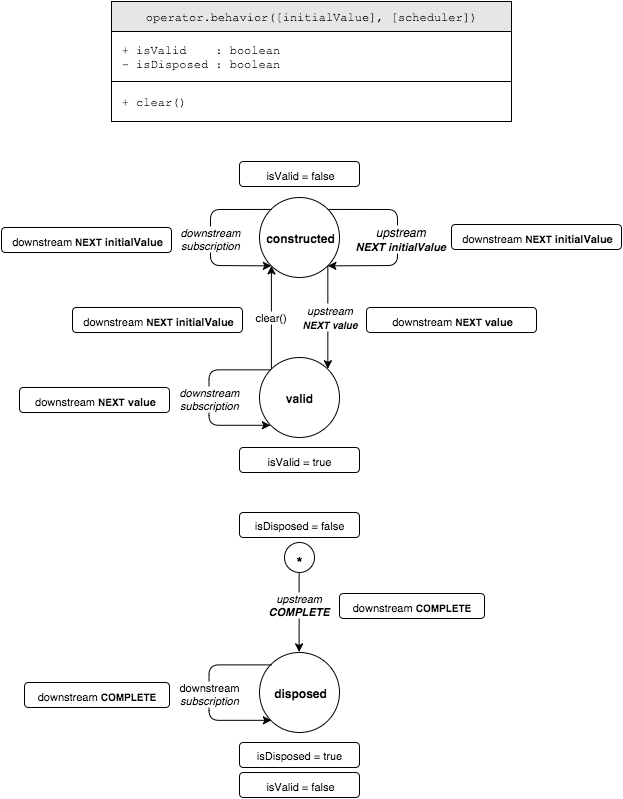
The draw.io diagram operator/behavior.png in bholloway/rxjs-operators, before a commit. Source tidied: cells renumbered, new cells last; positions are measured from the earlier drawing's top-left corner, leaving out a move shared by most shapes.
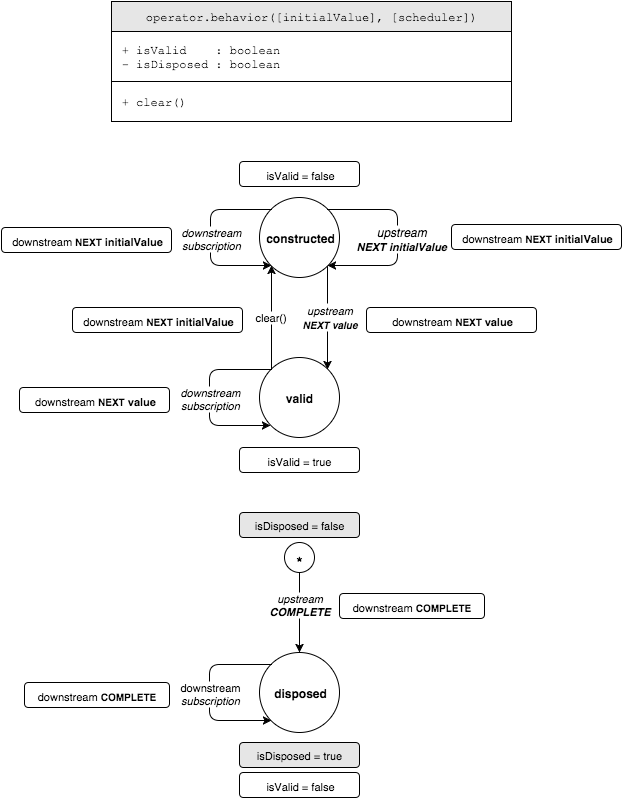
The same diagram one commit later.

Change to the diagram source:
```diff
@@ -83,7 +83,7 @@
     <mxCell id="22" value="&lt;i&gt;&lt;font&gt;upstream&lt;/font&gt;&lt;/i&gt;&lt;div&gt;&lt;div&gt;&lt;i&gt;&lt;font&gt;&lt;b&gt;COMPLETE&lt;/b&gt;&lt;/font&gt;&lt;/i&gt;&lt;/div&gt;&lt;/div&gt;" style="endArrow=classic;html=1;entryX=0.5;entryY=0;exitX=0.5;exitY=1;" parent="7" edge="1" source="26" target="21">
       <mxGeometry x="-0.2" relative="1" as="geometry" />
     </mxCell>
-    <mxCell id="23" value="isDisposed = true" style="rounded=1;whiteSpace=wrap;html=1;strokeColor=#000000;fillColor=#ffffff;align=center;fontSize=11;" parent="7" vertex="1">
+    <mxCell id="23" value="isDisposed = true" style="rounded=1;whiteSpace=wrap;html=1;strokeColor=#000000;fillColor=#E6E6E6;align=center;fontSize=11;" parent="7" vertex="1">
       <mxGeometry x="238" y="581" width="120" height="25" as="geometry" />
     </mxCell>
     <mxCell id="24" style="edgeStyle=segmentEdgeStyle;endArrow=classic;html=1;entryX=0;entryY=1;" parent="7" edge="1" target="21">
@@ -103,7 +103,7 @@
     <mxCell id="26" value="&lt;b&gt;&lt;font style=&quot;font-size: 18px&quot;&gt;&lt;sub&gt;*&lt;/sub&gt;&lt;/font&gt;&lt;/b&gt;" style="ellipse;whiteSpace=wrap;html=1;strokeColor=#000000;fillColor=#ffffff;align=center;" parent="7" vertex="1">
       <mxGeometry x="283" y="381" width="30" height="30" as="geometry" />
     </mxCell>
-    <mxCell id="27" value="isDisposed = false" style="rounded=1;whiteSpace=wrap;html=1;strokeColor=#000000;fillColor=#ffffff;align=center;fontSize=11;" parent="7" vertex="1">
+    <mxCell id="27" value="isDisposed = false" style="rounded=1;whiteSpace=wrap;html=1;strokeColor=#000000;fillColor=#E6E6E6;align=center;fontSize=11;" parent="7" vertex="1">
       <mxGeometry x="238" y="351" width="120" height="25" as="geometry" />
     </mxCell>
     <mxCell id="28" value="&lt;font&gt;&lt;span style=&quot;font-size: 11px&quot;&gt;downstream&lt;/span&gt;&lt;b style=&quot;font-size: 11px&quot;&gt;&amp;nbsp;&lt;/b&gt;&lt;b&gt;&lt;font style=&quot;font-size: 10px&quot;&gt;COMPLETE&lt;/font&gt;&lt;/b&gt;&lt;/font&gt;" style="rounded=1;whiteSpace=wrap;html=1;strokeColor=#000000;fillColor=#ffffff;align=center;" parent="7" vertex="1">
```
